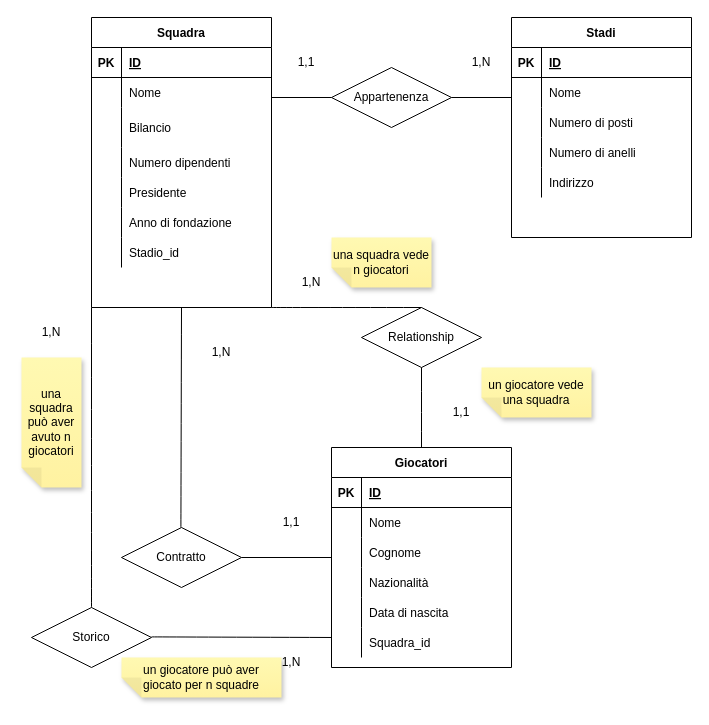
The draw.io diagram figc_ER.drawio in Michelangelo1999/database, before the edit. Source tidied: cells renumbered, new cells numbered last; positions are measured from the earlier drawing's top-left corner, leaving out a move shared by most shapes. Both pictures are drawn from the tidied source at 100%, with x=0, y=0 at pixel (21, 17).
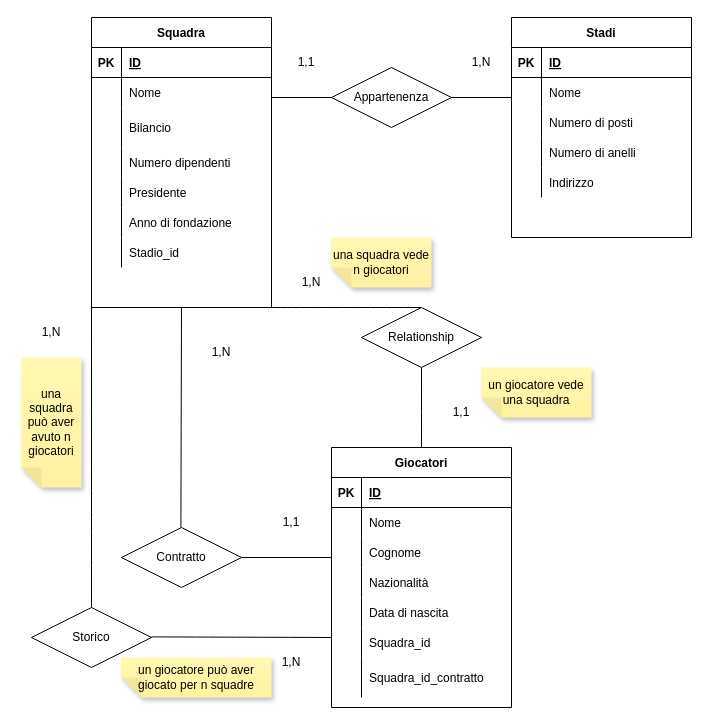
Above is the later version.

The edit, as a diff of the source:
```diff
@@
     <mxCell id="45" value="Giocatori" style="shape=table;startSize=30;childLayout=tableLayout;rowLines=0;fontStyle=1;align=center;hachureGap=4;" parent="1" vertex="1">
-      <mxGeometry x="310" y="430" width="180" height="220" as="geometry" />
+      <mxGeometry x="310" y="430" width="180" height="260" as="geometry" />
     </mxCell>
@@
+    <mxCell id="83" style="shape=tableRow;horizontal=0;startSize=0;swimlaneHead=0;swimlaneBody=0;fillColor=none;top=0;left=0;right=0;bottom=0;hachureGap=4;" parent="45" vertex="1">
+      <mxGeometry y="210" width="180" height="40" as="geometry" />
+    </mxCell>
+    <mxCell id="84" style="shape=partialRectangle;fillColor=none;top=0;left=0;bottom=0;right=0;overflow=hidden;hachureGap=4;" parent="83" vertex="1">
+      <mxGeometry width="30" height="40" as="geometry" />
+    </mxCell>
+    <mxCell id="85" value="Squadra_id_contratto" style="shape=partialRectangle;fillColor=none;top=0;left=0;bottom=0;right=0;align=left;spacingLeft=6;overflow=hidden;hachureGap=4;" parent="83" vertex="1">
+      <mxGeometry x="30" width="150" height="40" as="geometry" />
+    </mxCell>
@@
     <mxCell id="82" value="un giocatore può aver giocato per n squadre" style="shape=note;whiteSpace=wrap;html=1;backgroundOutline=1;fontColor=#000000;darkOpacity=0.05;fillColor=#FFF9B2;strokeColor=none;fillStyle=solid;direction=west;gradientDirection=north;gradientColor=#FFF2A1;shadow=1;size=20;hachureGap=4;" parent="1" vertex="1">
-      <mxGeometry x="100" y="640" width="160" height="40" as="geometry" />
+      <mxGeometry x="100" y="640" width="150" height="40" as="geometry" />
     </mxCell>
```
